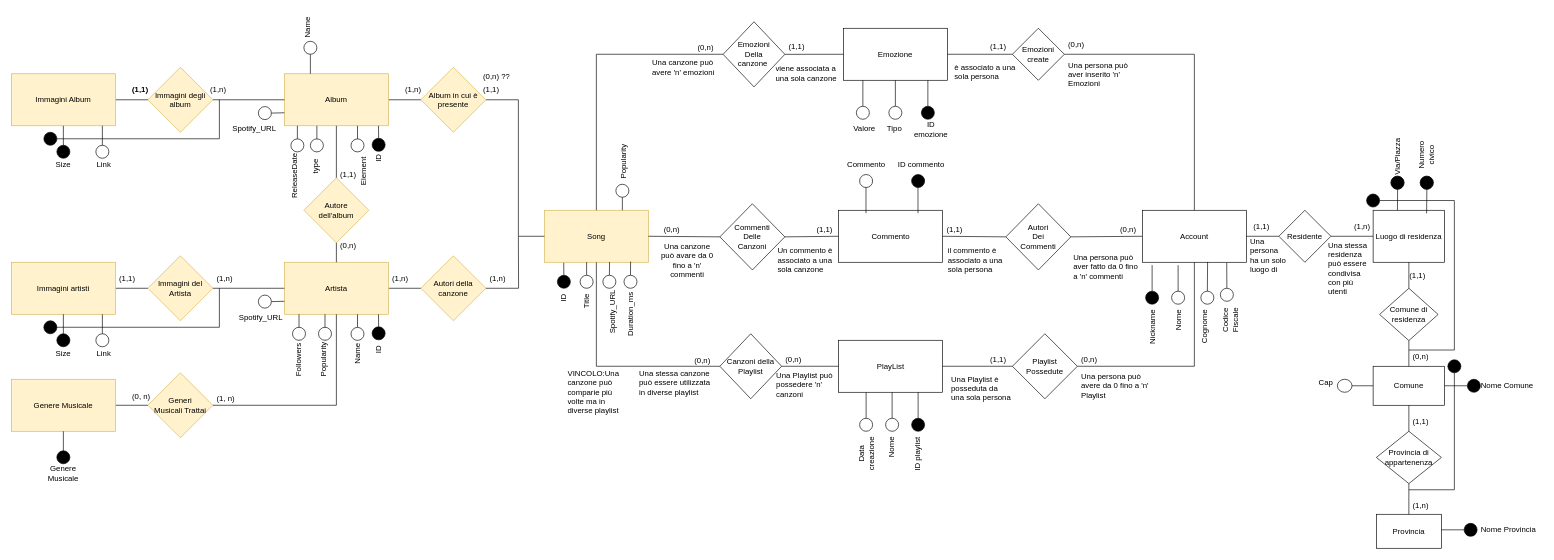
The draw.io diagram Schemi/ER-Database.drawio in MattyMar234/EmotionalSongs2, before the edit. Source tidied: cells renumbered, new cells numbered last; positions are measured from the earlier drawing's top-left corner, leaving out a move shared by most shapes. Both pictures are drawn from the tidied source at 65%, with x=0, y=0 at pixel (11, 21).
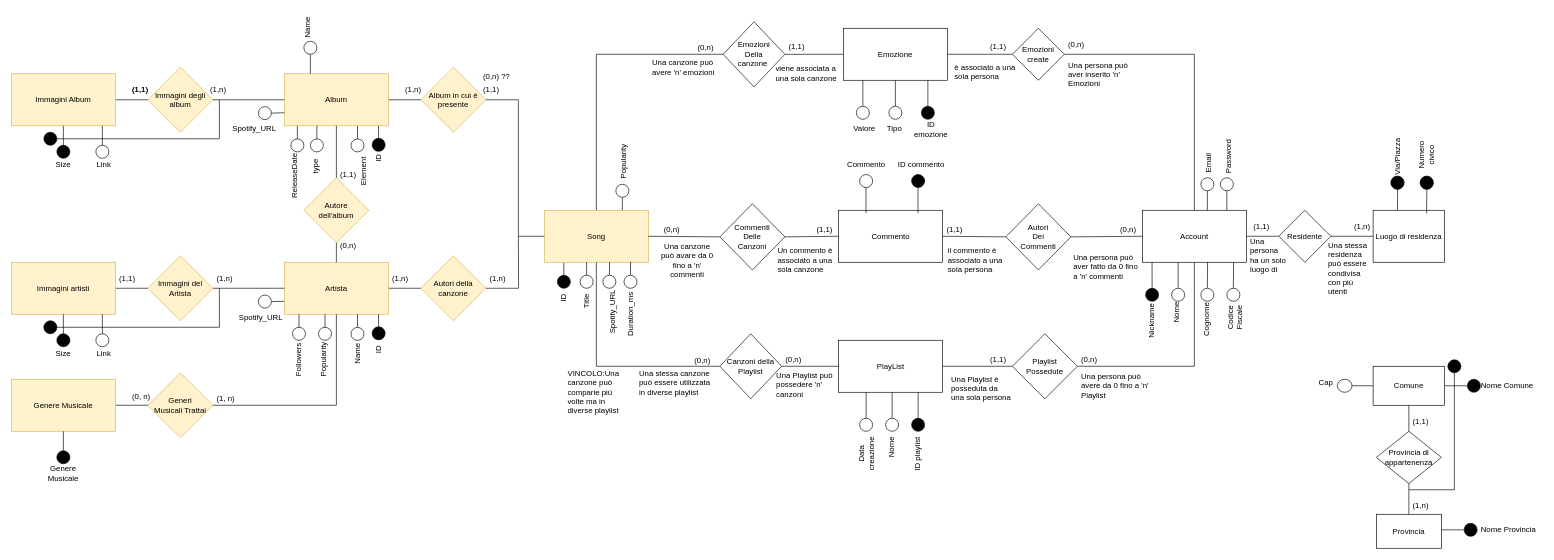
Above is the later version.

The change refers to these unchanged cells:
```xml
<mxCell id="21" value="Account" style="rounded=0;whiteSpace=wrap;html=1;" parent="1" vertex="1">
  <mxGeometry x="1740" y="290" width="160" height="80" as="geometry" />
</mxCell>
<mxCell id="93" value="Luogo di residenza" style="rounded=0;whiteSpace=wrap;html=1;" parent="1" vertex="1">
  <mxGeometry x="2095" y="290" width="110" height="80" as="geometry" />
</mxCell>
<mxCell id="97" value="Comune" style="rounded=0;whiteSpace=wrap;html=1;" parent="1" vertex="1">
  <mxGeometry x="2095" y="530" width="110" height="60" as="geometry" />
</mxCell>
```

What changed in the source:
```diff
@@
-    <mxCell id="22" style="endArrow=none;html=1;rounded=0;" parent="1" edge="1">
+    <mxCell id="22" style="endArrow=none;html=1;rounded=0;exitX=0.5;exitY=0;exitDx=0;exitDy=0;" parent="1" edge="1" source="23">
       <mxGeometry relative="1" as="geometry">
-        <mxPoint x="1795" y="414.5" as="sourcePoint" />
-        <mxPoint x="1795" y="374.5" as="targetPoint" />
+        <mxPoint x="1795" y="370" as="targetPoint" />
       </mxGeometry>
     </mxCell>
     <mxCell id="23" style="ellipse;whiteSpace=wrap;html=1;" parent="1" vertex="1">
-      <mxGeometry x="1785" y="414.5" width="20" height="20" as="geometry" />
+      <mxGeometry x="1785" y="410" width="20" height="20" as="geometry" />
     </mxCell>
-    <mxCell id="24" style="endArrow=none;html=1;rounded=0;" parent="1" edge="1">
-      <mxGeometry relative="1" as="geometry">
-        <mxPoint x="1755" y="414.5" as="sourcePoint" />
-        <mxPoint x="1755" y="374.5" as="targetPoint" />
-      </mxGeometry>
+    <mxCell id="24" style="endArrow=none;html=1;rounded=0;entryX=0.093;entryY=0.999;entryDx=0;entryDy=0;entryPerimeter=0;exitX=0.5;exitY=0;exitDx=0;exitDy=0;" parent="1" edge="1" source="25" target="21">
+      <mxGeometry relative="1" as="geometry" />
     </mxCell>
     <mxCell id="25" style="ellipse;whiteSpace=wrap;html=1;fillColor=#000000;" parent="1" vertex="1">
-      <mxGeometry x="1745" y="414.5" width="20" height="20" as="geometry" />
+      <mxGeometry x="1745" y="410" width="20" height="20" as="geometry" />
     </mxCell>
     <mxCell id="26" value="Nickname" style="text;html=1;strokeColor=none;fillColor=none;align=center;verticalAlign=middle;whiteSpace=wrap;rounded=0;rotation=-90;" parent="1" vertex="1">
-      <mxGeometry x="1720" y="454.5" width="70" height="30" as="geometry" />
+      <mxGeometry x="1720" y="450" width="70" height="20" as="geometry" />
     </mxCell>
     <mxCell id="27" value="Nome" style="text;html=1;strokeColor=none;fillColor=none;align=center;verticalAlign=middle;whiteSpace=wrap;rounded=0;rotation=-90;" parent="1" vertex="1">
-      <mxGeometry x="1772.5" y="444.5" width="45" height="30" as="geometry" />
+      <mxGeometry x="1770" y="440" width="45" height="14.5" as="geometry" />
     </mxCell>
@@
     <mxCell id="30" style="ellipse;whiteSpace=wrap;html=1;" parent="1" vertex="1">
-      <mxGeometry x="1830" y="414.5" width="20" height="20" as="geometry" />
+      <mxGeometry x="1830" y="410" width="20" height="20" as="geometry" />
     </mxCell>
     <mxCell id="31" value="Cognome" style="text;html=1;strokeColor=none;fillColor=none;align=center;verticalAlign=middle;whiteSpace=wrap;rounded=0;rotation=-90;" parent="1" vertex="1">
-      <mxGeometry x="1812.5" y="454.5" width="45" height="30" as="geometry" />
+      <mxGeometry x="1816.9" y="450" width="45" height="16.2" as="geometry" />
     </mxCell>
@@
-    <mxCell id="33" style="endArrow=none;html=1;rounded=0;entryX=0.811;entryY=1.008;entryDx=0;entryDy=0;exitX=0.5;exitY=0;exitDx=0;exitDy=0;entryPerimeter=0;" parent="1" edge="1" source="34" target="21">
-      <mxGeometry relative="1" as="geometry" />
-    </mxCell>
-    <mxCell id="34" style="ellipse;whiteSpace=wrap;html=1;" parent="1" vertex="1">
-      <mxGeometry x="1860" y="410" width="20" height="20" as="geometry" />
-    </mxCell>
     <mxCell id="35" value="Codice Fiscale" style="text;html=1;strokeColor=none;fillColor=none;align=center;verticalAlign=middle;whiteSpace=wrap;rounded=0;rotation=-90;" parent="1" vertex="1">
-      <mxGeometry x="1852.5" y="444.5" width="45" height="30" as="geometry" />
+      <mxGeometry x="1860" y="443.1" width="45" height="23.8" as="geometry" />
     </mxCell>
@@
-    <mxCell id="94" value="Comune di residenza" style="rhombus;whiteSpace=wrap;html=1;fillColor=#FFFFFF;" parent="1" vertex="1">
-      <mxGeometry x="2105" y="410" width="90" height="80.5" as="geometry" />
-    </mxCell>
-    <mxCell id="95" style="endArrow=none;html=1;rounded=0;exitX=0.5;exitY=0;exitDx=0;exitDy=0;entryX=0.5;entryY=1;entryDx=0;entryDy=0;" parent="1" edge="1" source="94" target="93">
-      <mxGeometry relative="1" as="geometry" />
-    </mxCell>
-    <mxCell id="96" value="(1,1)" style="text;strokeColor=none;fillColor=none;align=left;verticalAlign=middle;spacingLeft=4;spacingRight=4;overflow=hidden;whiteSpace=wrap;html=1;" parent="1" vertex="1">
-      <mxGeometry x="2145" y="375" width="40" height="30" as="geometry" />
-    </mxCell>
@@
-    <mxCell id="98" style="endArrow=none;html=1;rounded=0;entryX=0.5;entryY=1;entryDx=0;entryDy=0;exitX=0.5;exitY=0;exitDx=0;exitDy=0;" parent="1" edge="1" source="97" target="94">
-      <mxGeometry relative="1" as="geometry" />
-    </mxCell>
-    <mxCell id="99" value="(0,n)" style="text;strokeColor=none;fillColor=none;align=left;verticalAlign=middle;spacingLeft=4;spacingRight=4;overflow=hidden;whiteSpace=wrap;html=1;" parent="1" vertex="1">
-      <mxGeometry x="2150" y="500" width="40" height="30" as="geometry" />
-    </mxCell>
@@
-    <mxCell id="118" style="endArrow=none;html=1;rounded=0;exitX=1;exitY=0.5;exitDx=0;exitDy=0;" parent="1" edge="1" source="120">
-      <mxGeometry relative="1" as="geometry">
-        <mxPoint x="2220" y="275" as="targetPoint" />
-      </mxGeometry>
-    </mxCell>
-    <mxCell id="119" style="endArrow=none;html=1;rounded=0;" parent="1" edge="1">
-      <mxGeometry relative="1" as="geometry">
-        <mxPoint x="2220" y="505" as="sourcePoint" />
-        <mxPoint x="2220" y="275" as="targetPoint" />
-      </mxGeometry>
-    </mxCell>
-    <mxCell id="120" style="ellipse;whiteSpace=wrap;html=1;fillColor=#000000;" parent="1" vertex="1">
-      <mxGeometry x="2085" y="265" width="20" height="20" as="geometry" />
-    </mxCell>
-    <mxCell id="121" style="endArrow=none;html=1;rounded=0;" parent="1" edge="1">
-      <mxGeometry relative="1" as="geometry">
-        <mxPoint x="2150" y="505" as="sourcePoint" />
-        <mxPoint x="2220" y="505" as="targetPoint" />
-      </mxGeometry>
-    </mxCell>
@@
+    <mxCell id="266" style="ellipse;whiteSpace=wrap;html=1;" parent="1" vertex="1">
+      <mxGeometry x="1870" y="410" width="20" height="20" as="geometry" />
+    </mxCell>
+    <mxCell id="267" style="endArrow=none;html=1;rounded=0;entryX=0.627;entryY=0.994;entryDx=0;entryDy=0;entryPerimeter=0;exitX=0.5;exitY=0;exitDx=0;exitDy=0;" parent="1" edge="1" source="266">
+      <mxGeometry relative="1" as="geometry">
+        <mxPoint x="1880.3" y="370" as="targetPoint" />
+      </mxGeometry>
+    </mxCell>
+    <mxCell id="268" style="endArrow=none;html=1;rounded=0;exitX=0.5;exitY=1;exitDx=0;exitDy=0;entryX=0.75;entryY=0;entryDx=0;entryDy=0;" parent="1" edge="1" source="269">
+      <mxGeometry relative="1" as="geometry">
+        <mxPoint x="1840" y="290" as="targetPoint" />
+      </mxGeometry>
+    </mxCell>
+    <mxCell id="269" style="ellipse;whiteSpace=wrap;html=1;" parent="1" vertex="1">
+      <mxGeometry x="1830" y="240" width="20" height="20" as="geometry" />
+    </mxCell>
+    <mxCell id="270" value="Email" style="text;html=1;strokeColor=none;fillColor=none;align=center;verticalAlign=middle;whiteSpace=wrap;rounded=0;rotation=-90;" parent="1" vertex="1">
+      <mxGeometry x="1820" y="210" width="45" height="14.5" as="geometry" />
+    </mxCell>
+    <mxCell id="271" style="edgeStyle=orthogonalEdgeStyle;rounded=0;orthogonalLoop=1;jettySize=auto;html=1;exitX=0;exitY=0.5;exitDx=0;exitDy=0;" parent="1" edge="1" source="270" target="270">
+      <mxGeometry relative="1" as="geometry" />
+    </mxCell>
+    <mxCell id="272" style="endArrow=none;html=1;rounded=0;exitX=0.5;exitY=1;exitDx=0;exitDy=0;entryX=0.75;entryY=0;entryDx=0;entryDy=0;" parent="1" edge="1" source="273">
+      <mxGeometry relative="1" as="geometry">
+        <mxPoint x="1870" y="290" as="targetPoint" />
+      </mxGeometry>
+    </mxCell>
+    <mxCell id="273" style="ellipse;whiteSpace=wrap;html=1;" parent="1" vertex="1">
+      <mxGeometry x="1860" y="240" width="20" height="20" as="geometry" />
+    </mxCell>
+    <mxCell id="274" value="Password" style="text;html=1;strokeColor=none;fillColor=none;align=center;verticalAlign=middle;whiteSpace=wrap;rounded=0;rotation=-90;" parent="1" vertex="1">
+      <mxGeometry x="1850" y="200" width="45" height="14.5" as="geometry" />
+    </mxCell>
+    <mxCell id="275" style="edgeStyle=orthogonalEdgeStyle;rounded=0;orthogonalLoop=1;jettySize=auto;html=1;exitX=0;exitY=0.5;exitDx=0;exitDy=0;" parent="1" edge="1" source="274" target="274">
+      <mxGeometry relative="1" as="geometry" />
+    </mxCell>
```
